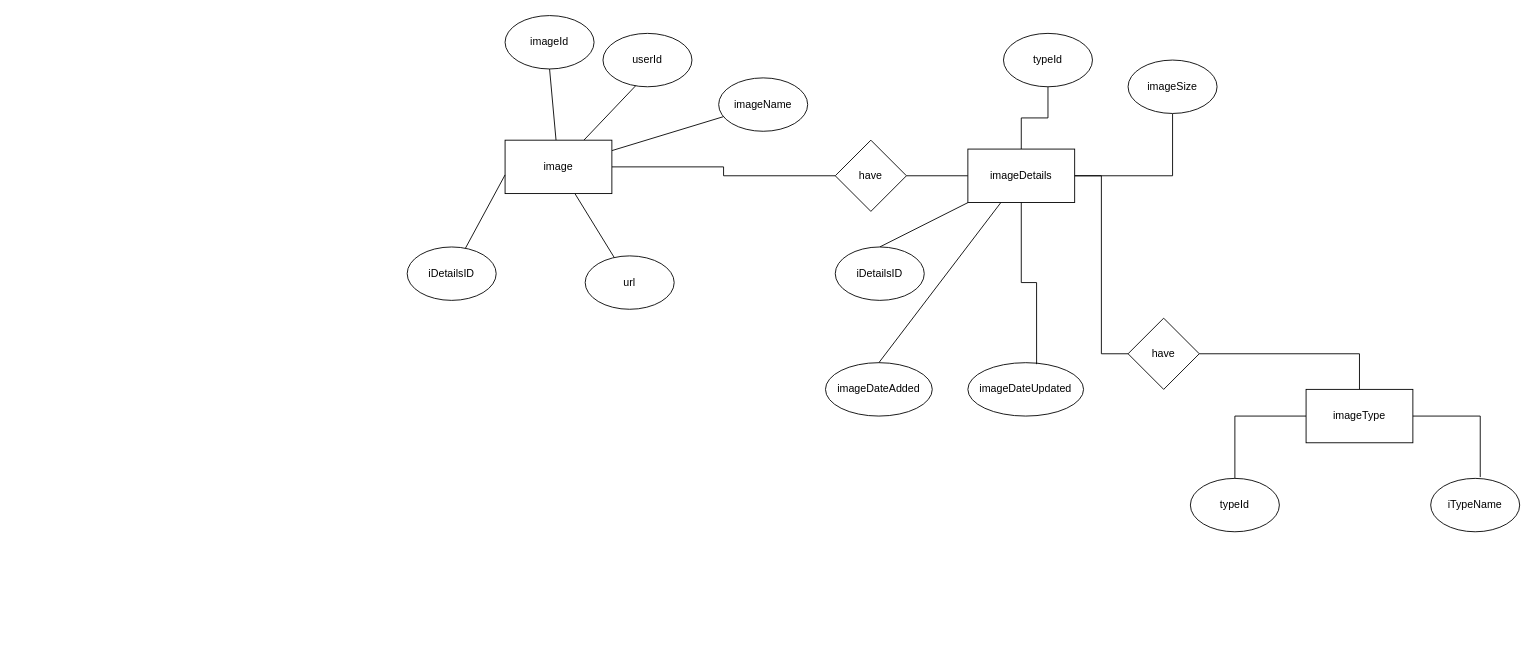
Above: documentation/Entity relation diagrams and relation model/drawio files/socialnet_er_picture_gallery_version1.drawio in Josip1234/Social-net (draw.io), before the change. Source tidied: cells renumbered, new cells numbered last; positions are measured from the earlier drawing's top-left corner, leaving out a move shared by most shapes. Both pictures are drawn from the tidied source at 89%, with x=0, y=0 at pixel (407, 15).
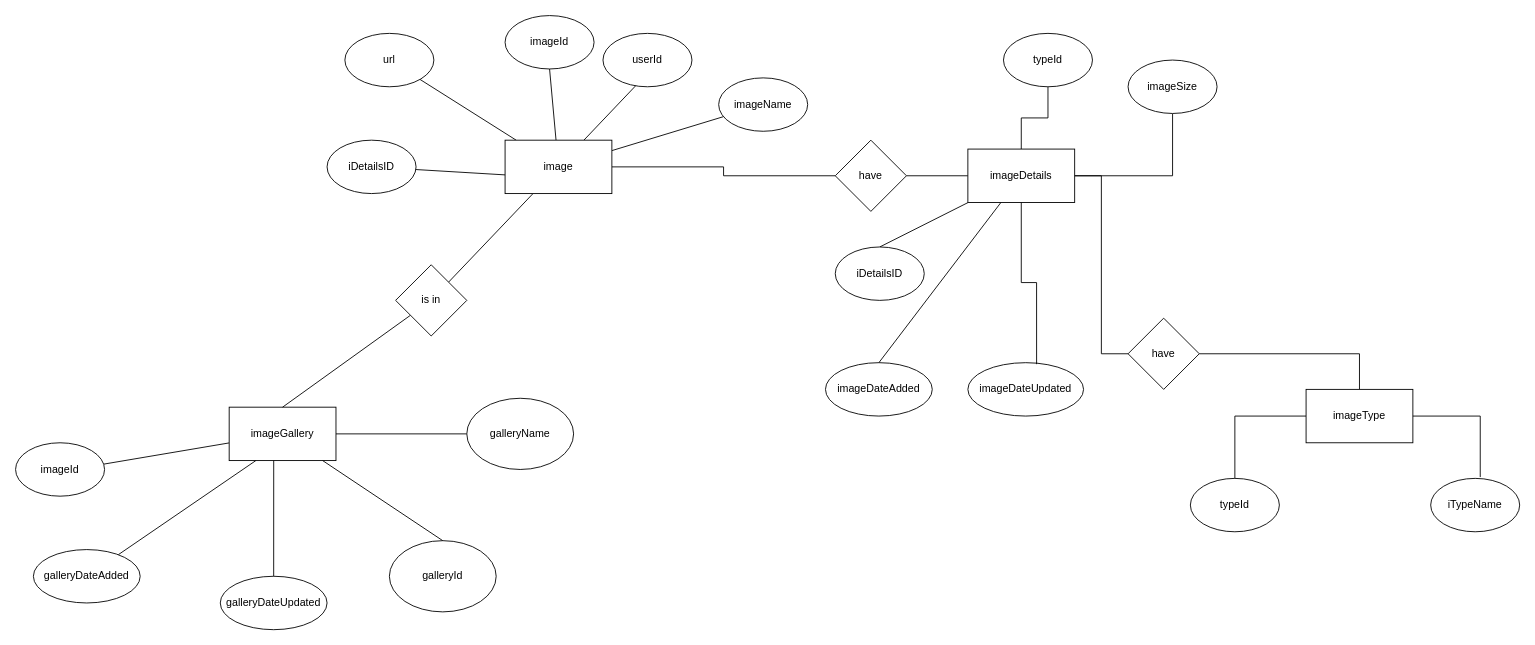
The same diagram, later.

Commit message (it also covers changes not shown here):
added er diagram for image gallery

Unchanged cells that the change refers to:
```xml
<mxCell id="7" value="image" style="rounded=0;whiteSpace=wrap;html=1;" parent="1" vertex="1">
  <mxGeometry x="110" y="140" width="120" height="60" as="geometry" />
</mxCell>
```

What changed in the source:
```diff
@@
+    <mxCell id="35" style="rounded=0;jettySize=auto;html=1;endArrow=none;endFill=0;" parent="1" edge="1" source="7" target="40">
+      <mxGeometry relative="1" as="geometry" />
+    </mxCell>
@@
     <mxCell id="11" value="url" style="ellipse;whiteSpace=wrap;html=1;" parent="1" vertex="1">
-      <mxGeometry x="200" y="270" width="100" height="60" as="geometry" />
+      <mxGeometry x="-70" y="20" width="100" height="60" as="geometry" />
     </mxCell>
@@
     <mxCell id="27" value="iDetailsID" style="ellipse;whiteSpace=wrap;html=1;" parent="1" vertex="1">
-      <mxGeometry y="260" width="100" height="60" as="geometry" />
+      <mxGeometry x="-90" y="140" width="100" height="60" as="geometry" />
     </mxCell>
@@
+    <mxCell id="36" style="rounded=0;jettySize=auto;html=1;entryX=0.99;entryY=0.4;entryDx=0;entryDy=0;endArrow=none;endFill=0;entryPerimeter=0;" parent="1" edge="1" source="38" target="41">
+      <mxGeometry relative="1" as="geometry" />
+    </mxCell>
+    <mxCell id="37" style="rounded=0;jettySize=auto;html=1;entryX=0;entryY=0.5;entryDx=0;entryDy=0;endArrow=none;endFill=0;" parent="1" edge="1" source="38" target="42">
+      <mxGeometry relative="1" as="geometry" />
+    </mxCell>
+    <mxCell id="38" value="imageGallery" style="rounded=0;whiteSpace=wrap;html=1;" parent="1" vertex="1">
+      <mxGeometry x="-200" y="440" width="120" height="60" as="geometry" />
+    </mxCell>
+    <mxCell id="39" style="rounded=0;jettySize=auto;html=1;entryX=0.5;entryY=0;entryDx=0;entryDy=0;endArrow=none;endFill=0;" parent="1" edge="1" source="40" target="38">
+      <mxGeometry relative="1" as="geometry" />
+    </mxCell>
+    <mxCell id="40" value="is in" style="rhombus;whiteSpace=wrap;html=1;" parent="1" vertex="1">
+      <mxGeometry x="-13" y="280" width="80" height="80" as="geometry" />
+    </mxCell>
+    <mxCell id="41" value="imageId" style="ellipse;whiteSpace=wrap;html=1;" parent="1" vertex="1">
+      <mxGeometry x="-440" y="480" width="100" height="60" as="geometry" />
+    </mxCell>
+    <mxCell id="42" value="galleryName" style="ellipse;whiteSpace=wrap;html=1;" parent="1" vertex="1">
+      <mxGeometry x="67" y="430" width="120" height="80" as="geometry" />
+    </mxCell>
+    <mxCell id="43" value="galleryId" style="ellipse;whiteSpace=wrap;html=1;" parent="1" vertex="1">
+      <mxGeometry x="-20" y="590" width="120" height="80" as="geometry" />
+    </mxCell>
+    <mxCell id="44" style="rounded=0;jettySize=auto;html=1;entryX=0.5;entryY=0;entryDx=0;entryDy=0;endArrow=none;endFill=0;" parent="1" edge="1" source="38" target="43">
+      <mxGeometry relative="1" as="geometry" />
+    </mxCell>
+    <mxCell id="45" style="rounded=0;jettySize=auto;html=1;entryX=0.25;entryY=1;entryDx=0;entryDy=0;endArrow=none;endFill=0;" parent="1" edge="1" source="46" target="38">
+      <mxGeometry relative="1" as="geometry" />
+    </mxCell>
+    <mxCell id="46" value="galleryDateAdded" style="ellipse;whiteSpace=wrap;html=1;" parent="1" vertex="1">
+      <mxGeometry x="-420" y="600" width="120" height="60" as="geometry" />
+    </mxCell>
+    <mxCell id="47" value="galleryDateUpdated" style="ellipse;whiteSpace=wrap;html=1;" parent="1" vertex="1">
+      <mxGeometry x="-210" y="630" width="120" height="60" as="geometry" />
+    </mxCell>
+    <mxCell id="48" style="edgeStyle=orthogonalEdgeStyle;rounded=0;jettySize=auto;html=1;entryX=0.417;entryY=1;entryDx=0;entryDy=0;entryPerimeter=0;endArrow=none;endFill=0;" parent="1" edge="1" source="47" target="38">
+      <mxGeometry relative="1" as="geometry" />
+    </mxCell>
```
